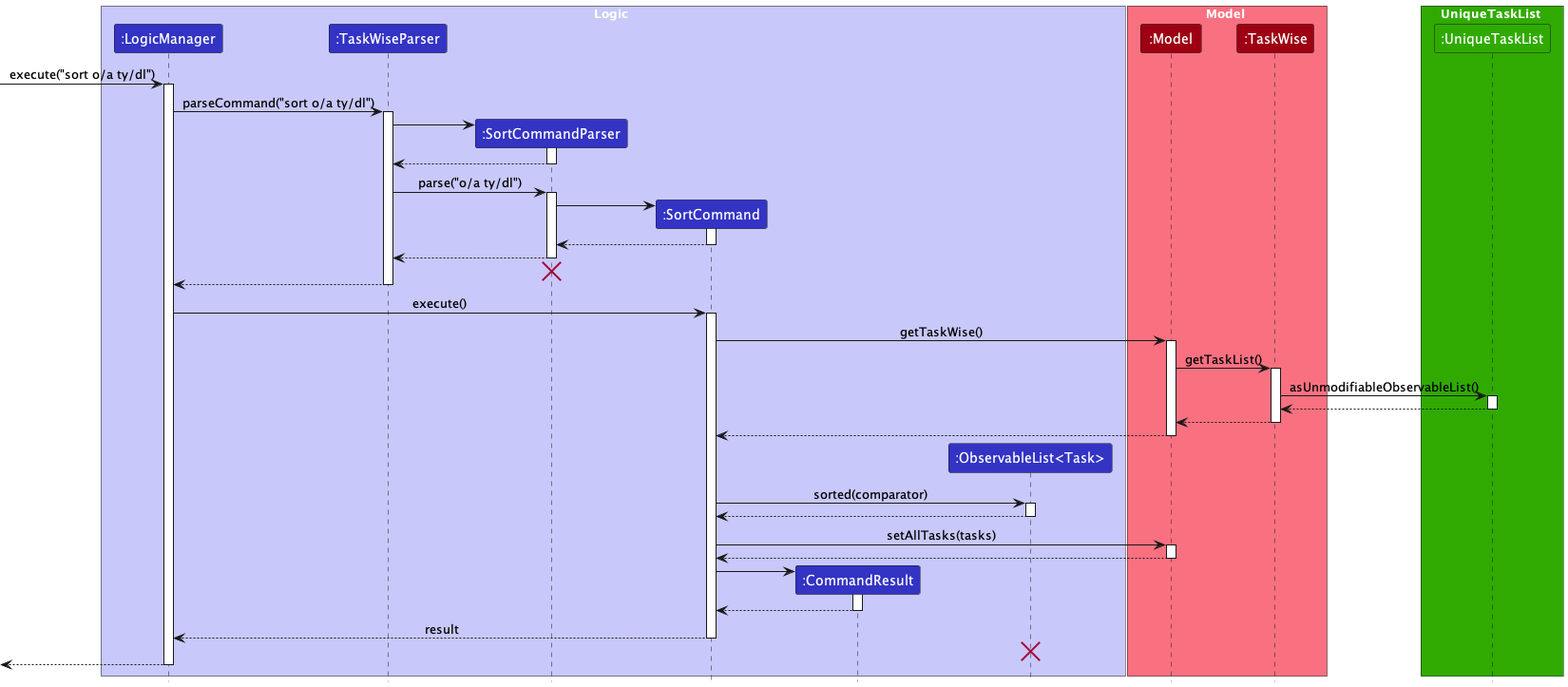
Above: docs/images/SortSequenceDiagram.png in seantehds/tp (PlantUML), before the change.
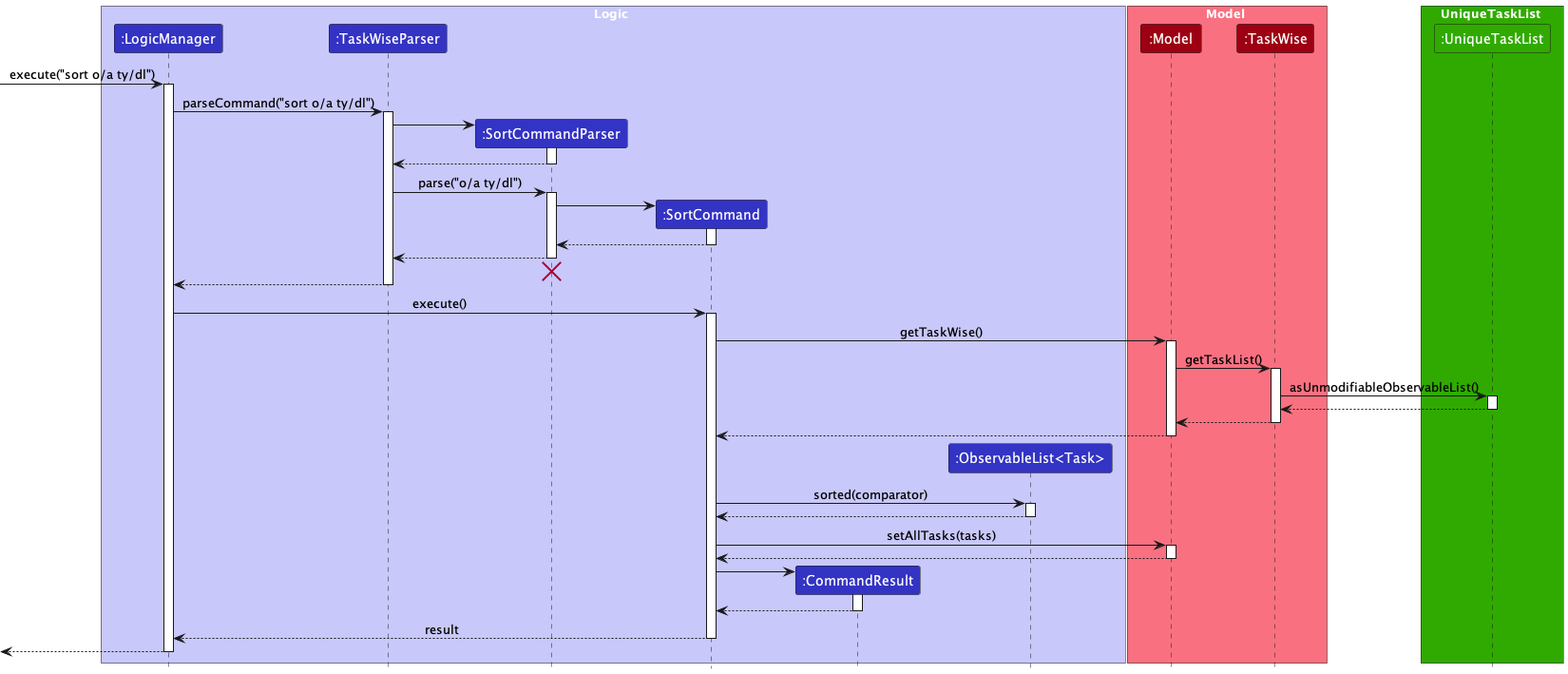
After the change.

Diff of the diagram source:
```diff
@@ -99,10 +99,6 @@
 SortCommand --> LogicManager : result
 deactivate SortCommand
 
-SortCommand -[hidden]-> ObservableList
-destroy ObservableList
-
-
 [<--LogicManager
 deactivate LogicManager
 @enduml
```
